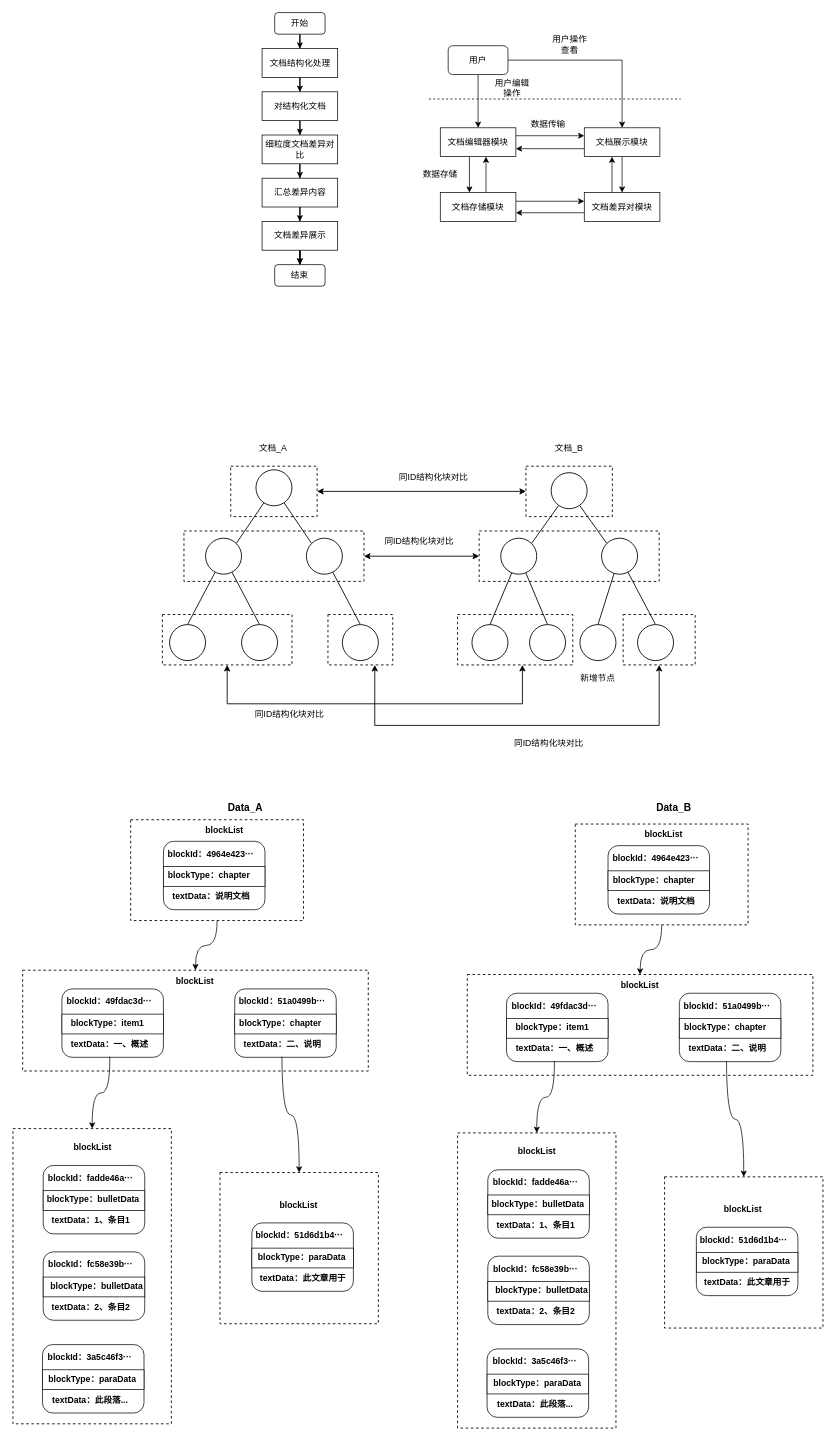
Before: 专利/文档对比专利.drawio in DemonHan/KuickBuy, a draw.io diagram. Source tidied: cells renumbered, new cells numbered last; positions are measured from the earlier drawing's top-left corner, leaving out a move shared by most shapes. Both pictures are drawn from the tidied source at 72%, with x=0, y=0 at pixel (12, 12).
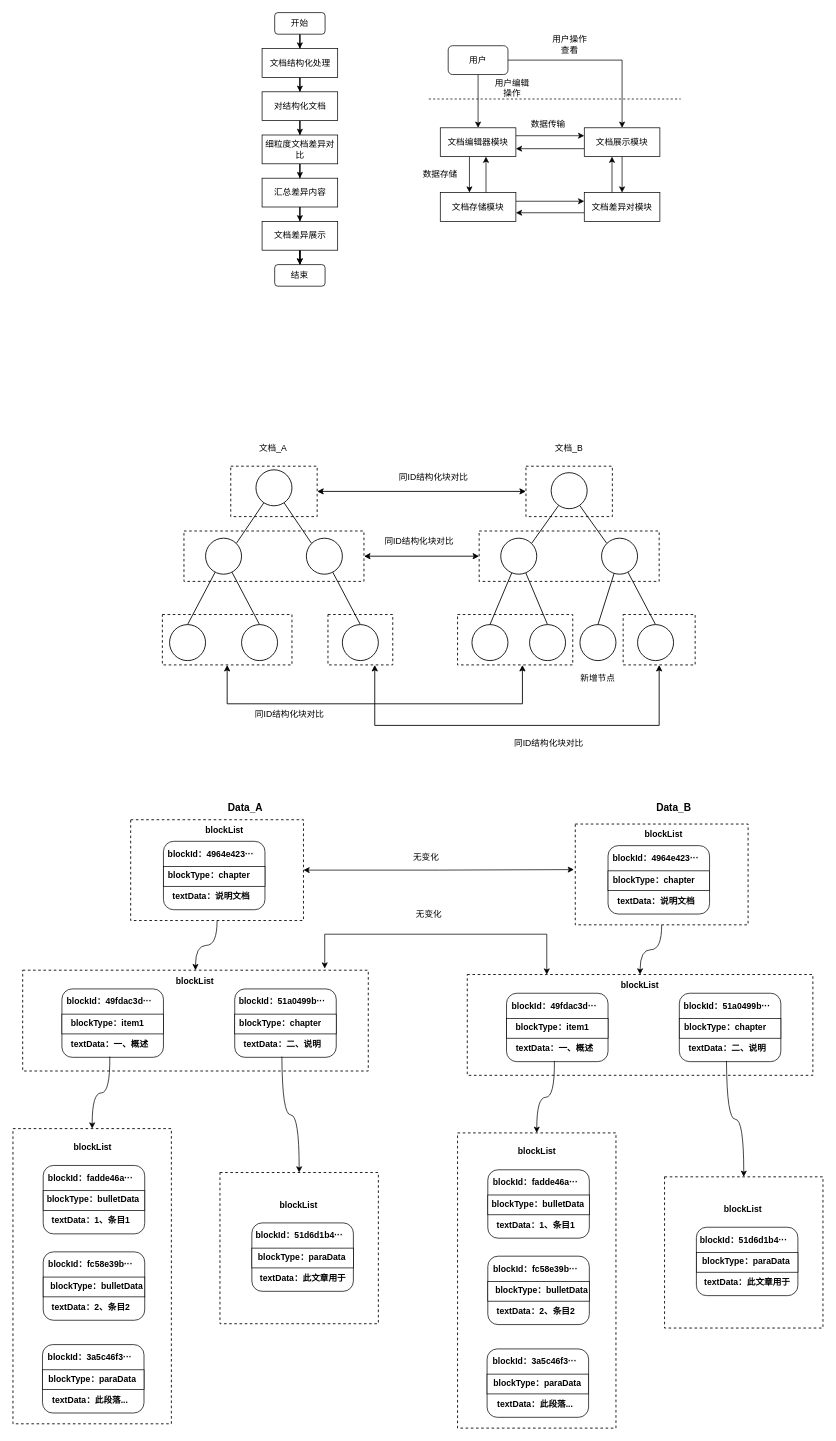
Above is the later version.

Commit message (it also covers changes not shown here):
更新文档对比专利.drawio

The change refers to these unchanged cells:
```xml
<mxCell id="81" style="rounded=0;whiteSpace=wrap;html=1;dashed=1;strokeWidth=1.2;" parent="1" vertex="1">
  <mxGeometry x="164" y="1121" width="240" height="140" as="geometry" />
</mxCell>
<mxCell id="91" style="rounded=0;whiteSpace=wrap;html=1;dashed=1;strokeWidth=1.2;" parent="1" vertex="1">
  <mxGeometry x="14" y="1330" width="480" height="140" as="geometry" />
</mxCell>
<mxCell id="136" style="rounded=0;whiteSpace=wrap;html=1;dashed=1;strokeWidth=1.2;" parent="1" vertex="1">
  <mxGeometry x="781.5" y="1127" width="240" height="140" as="geometry" />
</mxCell>
<mxCell id="144" style="rounded=0;whiteSpace=wrap;html=1;dashed=1;strokeWidth=1.2;" parent="1" vertex="1">
  <mxGeometry x="631.5" y="1336" width="480" height="140" as="geometry" />
</mxCell>
```

What changed in the source:
```diff
@@
+    <mxCell id="187" style="edgeStyle=orthogonalEdgeStyle;rounded=0;jettySize=auto;html=1;entryX=-0.008;entryY=0.452;entryDx=0;entryDy=0;entryPerimeter=0;startArrow=classic;startFill=1;" parent="1" edge="1" source="81" target="136">
+      <mxGeometry relative="1" as="geometry" />
+    </mxCell>
+    <mxCell id="188" value="无变化" style="text;html=1;align=center;verticalAlign=middle;strokeColor=none;fillColor=none;" parent="1" vertex="1">
+      <mxGeometry x="544" y="1158" width="60" height="30" as="geometry" />
+    </mxCell>
+    <mxCell id="189" style="edgeStyle=orthogonalEdgeStyle;rounded=0;jettySize=auto;html=1;entryX=0.23;entryY=0.001;entryDx=0;entryDy=0;entryPerimeter=0;startArrow=classic;startFill=1;exitX=0.874;exitY=-0.016;exitDx=0;exitDy=0;exitPerimeter=0;" parent="1" edge="1" source="91" target="144">
+      <mxGeometry relative="1" as="geometry">
+        <Array as="points">
+          <mxPoint x="434" y="1280" />
+          <mxPoint x="742" y="1280" />
+        </Array>
+      </mxGeometry>
+    </mxCell>
+    <mxCell id="190" value="无变化" style="text;html=1;align=center;verticalAlign=middle;strokeColor=none;fillColor=none;" parent="1" vertex="1">
+      <mxGeometry x="548" y="1237" width="60" height="30" as="geometry" />
+    </mxCell>
```
